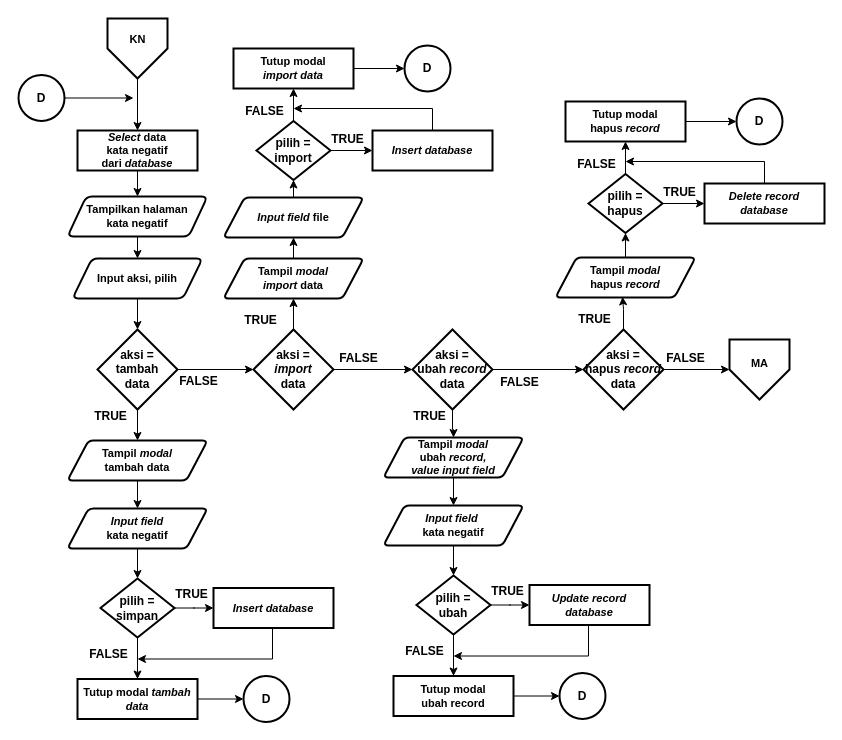
Before: Dokumen TA/Paper/Flowchart/Flowchart menu kata negatif.drawio in muspriandi/TextMining-SentimentAnalysis, a draw.io diagram. Source tidied: cells renumbered, new cells numbered last; positions are measured from the earlier drawing's top-left corner, leaving out a move shared by most shapes. Both pictures are drawn from the tidied source at 100%, with x=0, y=0 at pixel (18, 18).
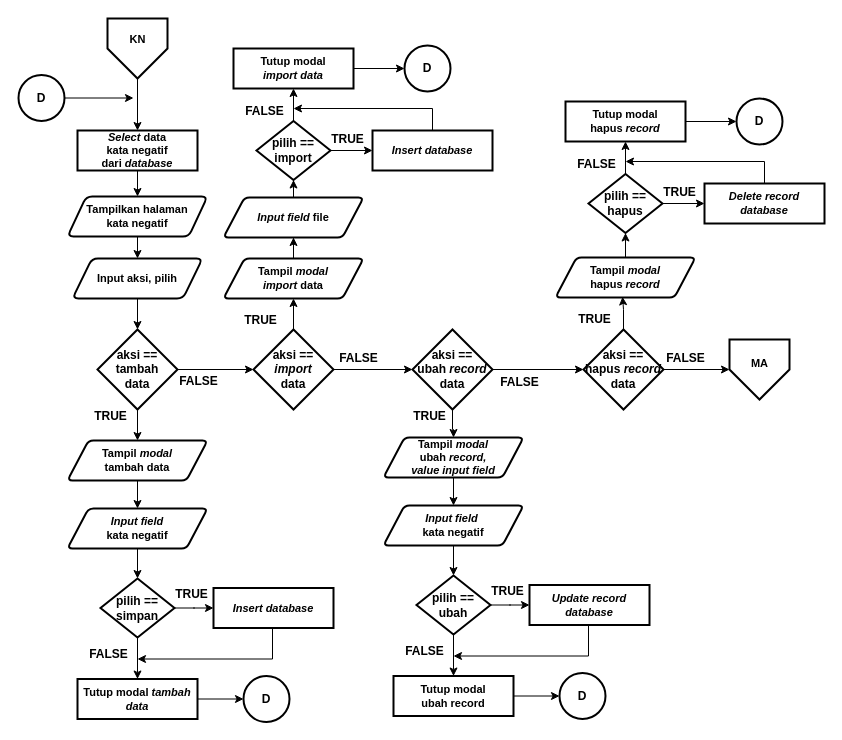
Above is the later version.

What changed in the source:
```diff
@@
-    <mxCell id="17" value="&lt;b&gt;&lt;font style=&quot;font-size: 12px&quot;&gt;aksi = tambah&lt;br&gt;data&lt;/font&gt;&lt;/b&gt;" style="rhombus;whiteSpace=wrap;html=1;strokeWidth=2;" parent="1" vertex="1">
+    <mxCell id="17" value="&lt;b&gt;&lt;font style=&quot;font-size: 12px&quot;&gt;aksi == tambah&lt;br&gt;data&lt;/font&gt;&lt;/b&gt;" style="rhombus;whiteSpace=wrap;html=1;strokeWidth=2;" parent="1" vertex="1">
       <mxGeometry x="79" y="311" width="80" height="80" as="geometry" />
     </mxCell>
@@
-    <mxCell id="20" value="&lt;b&gt;&lt;font style=&quot;font-size: 12px&quot;&gt;aksi = &lt;br&gt;&lt;i&gt;import&lt;/i&gt;&lt;br&gt;data&lt;br&gt;&lt;/font&gt;&lt;/b&gt;" style="rhombus;whiteSpace=wrap;html=1;strokeWidth=2;" parent="1" vertex="1">
+    <mxCell id="20" value="&lt;b&gt;&lt;font style=&quot;font-size: 12px&quot;&gt;aksi == &lt;br&gt;&lt;i&gt;import&lt;/i&gt;&lt;br&gt;data&lt;br&gt;&lt;/font&gt;&lt;/b&gt;" style="rhombus;whiteSpace=wrap;html=1;strokeWidth=2;" parent="1" vertex="1">
       <mxGeometry x="235" y="311" width="80" height="80" as="geometry" />
     </mxCell>
@@
-    <mxCell id="23" value="&lt;b&gt;&lt;font style=&quot;font-size: 12px&quot;&gt;aksi = &lt;br&gt;ubah &lt;i&gt;record&lt;/i&gt;&lt;br&gt;data&lt;br&gt;&lt;/font&gt;&lt;/b&gt;" style="rhombus;whiteSpace=wrap;html=1;strokeWidth=2;" parent="1" vertex="1">
+    <mxCell id="23" value="&lt;b&gt;&lt;font style=&quot;font-size: 12px&quot;&gt;aksi == &lt;br&gt;ubah &lt;i&gt;record&lt;/i&gt;&lt;br&gt;data&lt;br&gt;&lt;/font&gt;&lt;/b&gt;" style="rhombus;whiteSpace=wrap;html=1;strokeWidth=2;" parent="1" vertex="1">
       <mxGeometry x="394" y="311" width="80" height="80" as="geometry" />
     </mxCell>
@@
-    <mxCell id="26" value="&lt;b&gt;&lt;font style=&quot;font-size: 12px&quot;&gt;aksi = &lt;br&gt;hapus &lt;i&gt;record&lt;/i&gt;&lt;br&gt;data&lt;br&gt;&lt;/font&gt;&lt;/b&gt;" style="rhombus;whiteSpace=wrap;html=1;strokeWidth=2;" parent="1" vertex="1">
+    <mxCell id="26" value="&lt;b&gt;&lt;font style=&quot;font-size: 12px&quot;&gt;aksi == &lt;br&gt;hapus &lt;i&gt;record&lt;/i&gt;&lt;br&gt;data&lt;br&gt;&lt;/font&gt;&lt;/b&gt;" style="rhombus;whiteSpace=wrap;html=1;strokeWidth=2;" parent="1" vertex="1">
       <mxGeometry x="565" y="311" width="80" height="80" as="geometry" />
     </mxCell>
@@
-    <mxCell id="33" value="&lt;b&gt;&lt;font style=&quot;font-size: 12px&quot;&gt;pilih = simpan&lt;/font&gt;&lt;/b&gt;" style="rhombus;whiteSpace=wrap;html=1;strokeWidth=2;" parent="1" vertex="1">
+    <mxCell id="33" value="&lt;b&gt;&lt;font style=&quot;font-size: 12px&quot;&gt;pilih == simpan&lt;/font&gt;&lt;/b&gt;" style="rhombus;whiteSpace=wrap;html=1;strokeWidth=2;" parent="1" vertex="1">
       <mxGeometry x="82" y="560" width="74" height="59" as="geometry" />
     </mxCell>
@@
-    <mxCell id="51" value="&lt;b&gt;&lt;font style=&quot;font-size: 12px&quot;&gt;pilih = import&lt;/font&gt;&lt;/b&gt;" style="rhombus;whiteSpace=wrap;html=1;strokeWidth=2;" parent="1" vertex="1">
+    <mxCell id="51" value="&lt;b&gt;&lt;font style=&quot;font-size: 12px&quot;&gt;pilih == import&lt;/font&gt;&lt;/b&gt;" style="rhombus;whiteSpace=wrap;html=1;strokeWidth=2;" parent="1" vertex="1">
       <mxGeometry x="238" y="102.5" width="74" height="59" as="geometry" />
     </mxCell>
@@
-    <mxCell id="67" value="&lt;b&gt;&lt;font style=&quot;font-size: 12px&quot;&gt;pilih = &lt;br&gt;ubah&lt;/font&gt;&lt;/b&gt;" style="rhombus;whiteSpace=wrap;html=1;strokeWidth=2;" parent="1" vertex="1">
+    <mxCell id="67" value="&lt;b&gt;&lt;font style=&quot;font-size: 12px&quot;&gt;pilih == &lt;br&gt;ubah&lt;/font&gt;&lt;/b&gt;" style="rhombus;whiteSpace=wrap;html=1;strokeWidth=2;" parent="1" vertex="1">
       <mxGeometry x="398" y="557" width="74" height="59" as="geometry" />
     </mxCell>
@@
-    <mxCell id="81" value="&lt;b&gt;&lt;font style=&quot;font-size: 12px&quot;&gt;pilih = hapus&lt;/font&gt;&lt;/b&gt;" style="rhombus;whiteSpace=wrap;html=1;strokeWidth=2;" parent="1" vertex="1">
+    <mxCell id="81" value="&lt;b&gt;&lt;font style=&quot;font-size: 12px&quot;&gt;pilih == hapus&lt;/font&gt;&lt;/b&gt;" style="rhombus;whiteSpace=wrap;html=1;strokeWidth=2;" parent="1" vertex="1">
       <mxGeometry x="570" y="155.5" width="74" height="59" as="geometry" />
     </mxCell>
```
